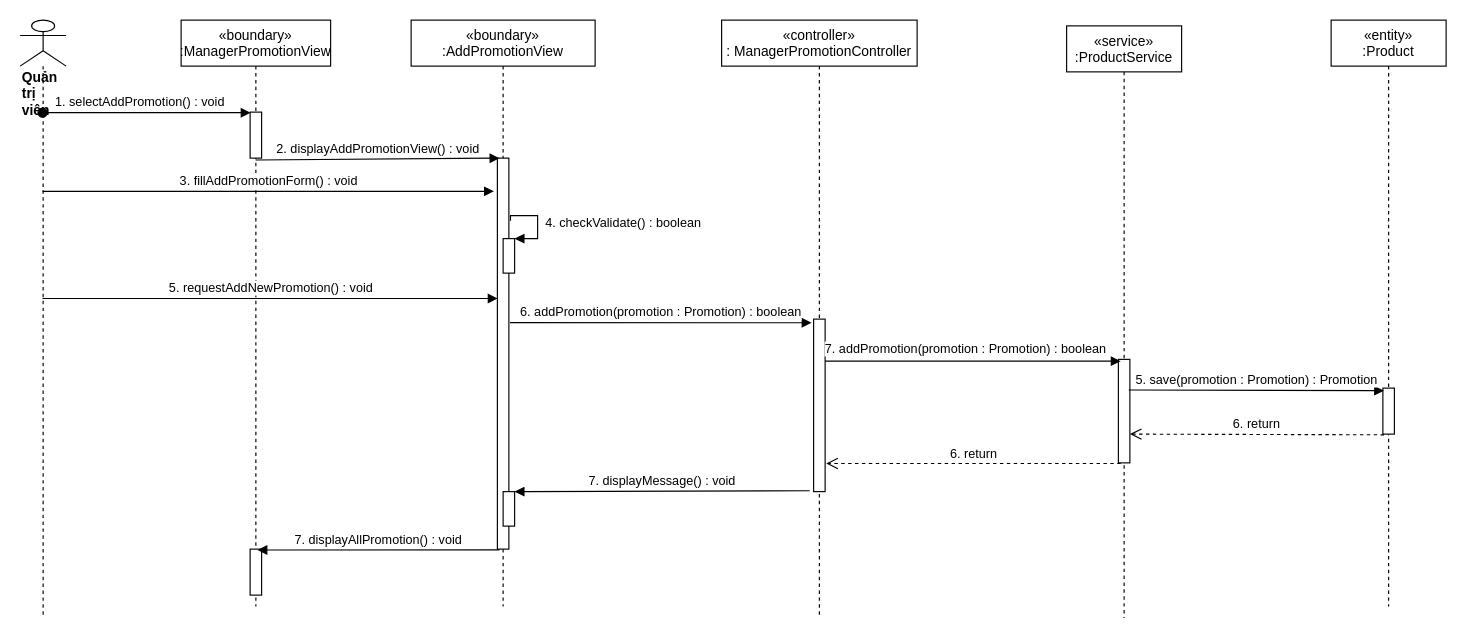
nguyenphamvan/datn_20202 keeps this draw.io diagram as sequence diagram/add-newPromotion-sequence.drawio. Above is the earlier version. Source tidied: cells renumbered, new cells numbered last; positions are measured from the earlier drawing's top-left corner, leaving out a move shared by most shapes. Both pictures are drawn from the tidied source at 115%, with x=0, y=0 at pixel (20, 20).
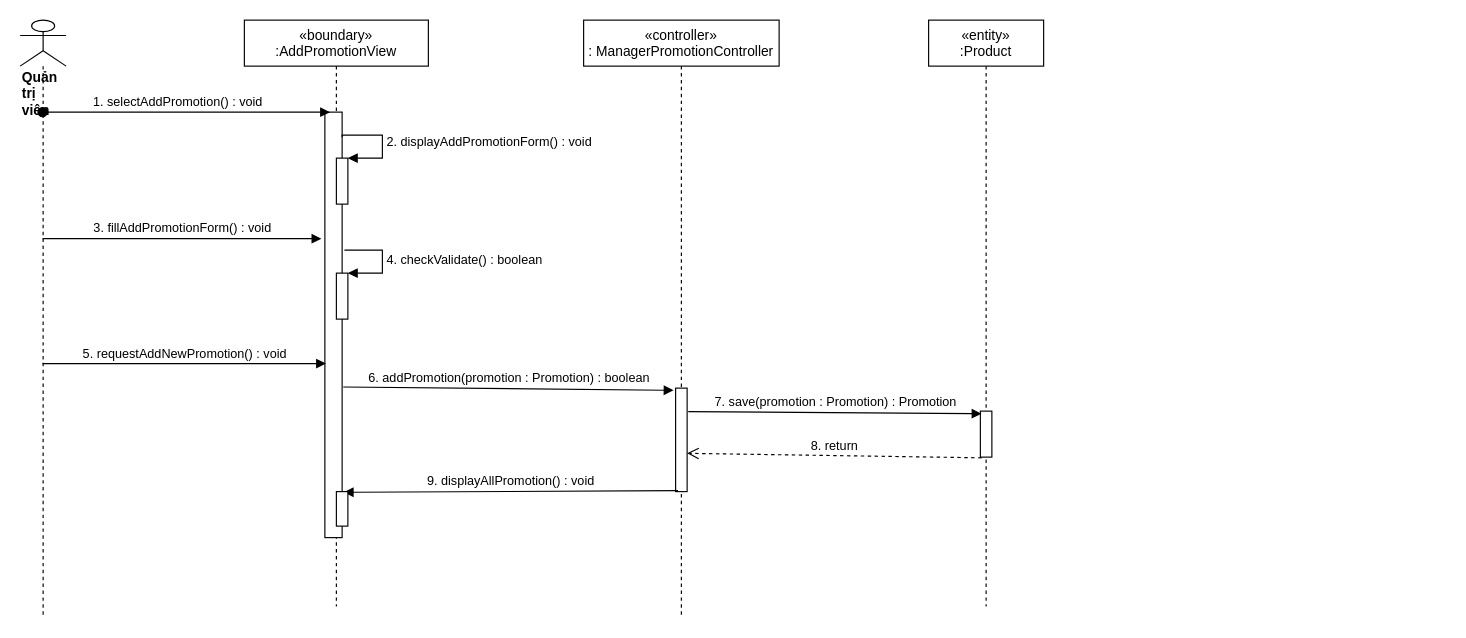
After the change.

The change refers to these unchanged cells:
```xml
<mxCell id="6" value="&lt;div&gt;&lt;b&gt;Quản trị viên&lt;/b&gt;&lt;/div&gt;" style="shape=umlLifeline;participant=umlActor;perimeter=lifelinePerimeter;whiteSpace=wrap;html=1;verticalAlign=top;spacingTop=36;outlineConnect=0;align=left;size=40;" parent="1" vertex="1">
  <mxGeometry width="40" height="520" as="geometry" />
</mxCell>
```

What changed in the source:
```diff
@@
     <mxCell id="2" value="«boundary»&#10;:AddPromotionView" style="shape=umlLifeline;perimeter=lifelinePerimeter;rounded=0;shadow=0;strokeWidth=1;" parent="1" vertex="1">
-      <mxGeometry x="340" width="160" height="510" as="geometry" />
+      <mxGeometry x="195" width="160" height="510" as="geometry" />
     </mxCell>
     <mxCell id="3" style="points=[];perimeter=orthogonalPerimeter;rounded=0;shadow=0;strokeWidth=1;" parent="2" vertex="1">
-      <mxGeometry x="75" y="120" width="10" height="340" as="geometry" />
+      <mxGeometry x="70" y="80" width="15" height="370" as="geometry" />
     </mxCell>
     <mxCell id="4" value="«controller»&#10;: ManagerPromotionController" style="shape=umlLifeline;perimeter=lifelinePerimeter;rounded=0;shadow=0;strokeWidth=1;" parent="1" vertex="1">
-      <mxGeometry x="610" width="170" height="520" as="geometry" />
+      <mxGeometry x="490" width="170" height="520" as="geometry" />
     </mxCell>
     <mxCell id="5" style="points=[];perimeter=orthogonalPerimeter;rounded=0;shadow=0;strokeWidth=1;" parent="4" vertex="1">
-      <mxGeometry x="80" y="260" width="10" height="150" as="geometry" />
+      <mxGeometry x="80" y="320" width="10" height="90" as="geometry" />
     </mxCell>
@@
-    <mxCell id="7" value="1. selectAddPromotion() : void" style="verticalAlign=bottom;startArrow=oval;endArrow=block;startSize=8;shadow=0;strokeWidth=1;entryX=0.04;entryY=0.012;entryDx=0;entryDy=0;entryPerimeter=0;" parent="1" edge="1" source="6" target="19">
+    <mxCell id="7" value="1. selectAddPromotion() : void" style="verticalAlign=bottom;startArrow=oval;endArrow=block;startSize=8;shadow=0;strokeWidth=1;entryX=0.3;entryY=0;entryDx=0;entryDy=0;entryPerimeter=0;" parent="1" edge="1" source="6" target="3">
       <mxGeometry x="-0.06" relative="1" as="geometry" />
     </mxCell>
-    <mxCell id="8" value="«service»&#10;:ProductService" style="shape=umlLifeline;perimeter=lifelinePerimeter;rounded=0;shadow=0;strokeWidth=1;" parent="1" vertex="1">
-      <mxGeometry x="910" y="5" width="100" height="515" as="geometry" />
-    </mxCell>
-    <mxCell id="9" style="points=[];perimeter=orthogonalPerimeter;rounded=0;shadow=0;strokeWidth=1;" parent="8" vertex="1">
-      <mxGeometry x="45" y="290" width="10" height="90" as="geometry" />
-    </mxCell>
-    <mxCell id="10" style="html=1;verticalAlign=bottom;endArrow=block;entryX=0.2;entryY=0.017;entryDx=0;entryDy=0;entryPerimeter=0;" parent="1" edge="1" source="5" target="9">
-      <mxGeometry relative="1" as="geometry" />
-    </mxCell>
-    <mxCell id="11" value="7. addPromotion(promotion : Promotion) : boolean" style="edgeLabel;html=1;align=center;verticalAlign=middle;" parent="10" vertex="1">
-      <mxGeometry x="-0.08" y="4" relative="1" as="geometry">
-        <mxPoint x="3" y="-7" as="offset" />
-      </mxGeometry>
-    </mxCell>
-    <mxCell id="12" value="6. return" style="html=1;verticalAlign=bottom;endArrow=open;dashed=1;endSize=8;exitX=0.2;exitY=1.006;exitDx=0;exitDy=0;exitPerimeter=0;entryX=1.1;entryY=0.837;entryDx=0;entryDy=0;entryPerimeter=0;" parent="1" edge="1" source="9" target="5">
-      <mxGeometry relative="1" as="geometry" />
-    </mxCell>
-    <mxCell id="13" value="7. displayMessage() : void" style="verticalAlign=bottom;endArrow=block;shadow=0;strokeWidth=1;exitX=-0.34;exitY=0.995;exitDx=0;exitDy=0;exitPerimeter=0;" parent="1" edge="1" source="5" target="27">
-      <mxGeometry relative="1" as="geometry" />
-    </mxCell>
     <mxCell id="14" value="«entity»&#10;:Product" style="shape=umlLifeline;perimeter=lifelinePerimeter;rounded=0;shadow=0;strokeWidth=1;" parent="1" vertex="1">
-      <mxGeometry x="1140" width="100" height="510" as="geometry" />
+      <mxGeometry x="790" width="100" height="510" as="geometry" />
     </mxCell>
     <mxCell id="15" style="points=[];perimeter=orthogonalPerimeter;rounded=0;shadow=0;strokeWidth=1;" parent="14" vertex="1">
-      <mxGeometry x="45" y="320" width="10" height="40" as="geometry" />
+      <mxGeometry x="45" y="340" width="10" height="40" as="geometry" />
     </mxCell>
-    <mxCell id="16" value="5. save(promotion : Promotion) : Promotion" style="html=1;verticalAlign=bottom;endArrow=block;entryX=0.1;entryY=0.055;entryDx=0;entryDy=0;entryPerimeter=0;exitX=0.9;exitY=0.296;exitDx=0;exitDy=0;exitPerimeter=0;" parent="1" edge="1" source="9" target="15">
+    <mxCell id="16" value="7. save(promotion : Promotion) : Promotion" style="html=1;verticalAlign=bottom;endArrow=block;entryX=0.1;entryY=0.055;entryDx=0;entryDy=0;entryPerimeter=0;exitX=1.1;exitY=0.227;exitDx=0;exitDy=0;exitPerimeter=0;" parent="1" edge="1" source="5" target="15">
       <mxGeometry relative="1" as="geometry" />
     </mxCell>
-    <mxCell id="17" value="6. return" style="html=1;verticalAlign=bottom;endArrow=open;dashed=1;endSize=8;exitX=0.1;exitY=1.015;exitDx=0;exitDy=0;exitPerimeter=0;" parent="1" edge="1" source="15">
-      <mxGeometry relative="1" as="geometry">
-        <mxPoint x="965" y="360" as="targetPoint" />
-      </mxGeometry>
+    <mxCell id="17" value="8. return" style="html=1;verticalAlign=bottom;endArrow=open;dashed=1;endSize=8;exitX=0.1;exitY=1.015;exitDx=0;exitDy=0;exitPerimeter=0;entryX=1;entryY=0.63;entryDx=0;entryDy=0;entryPerimeter=0;" parent="1" edge="1" source="15" target="5">
+      <mxGeometry relative="1" as="geometry" />
     </mxCell>
-    <mxCell id="18" value="«boundary»&#10;:ManagerPromotionView" style="shape=umlLifeline;perimeter=lifelinePerimeter;rounded=0;shadow=0;strokeWidth=1;" parent="1" vertex="1">
-      <mxGeometry x="140" width="130" height="510" as="geometry" />
-    </mxCell>
-    <mxCell id="19" style="points=[];perimeter=orthogonalPerimeter;rounded=0;shadow=0;strokeWidth=1;" parent="18" vertex="1">
-      <mxGeometry x="60" y="80" width="10" height="40" as="geometry" />
-    </mxCell>
-    <mxCell id="20" style="html=1;points=[];perimeter=orthogonalPerimeter;" parent="18" vertex="1">
-      <mxGeometry x="60" y="460" width="10" height="40" as="geometry" />
-    </mxCell>
-    <mxCell id="21" value="2. displayAddPromotionView() : void" style="html=1;verticalAlign=bottom;endArrow=block;entryX=0.18;entryY=0;entryDx=0;entryDy=0;entryPerimeter=0;exitX=0.48;exitY=1.04;exitDx=0;exitDy=0;exitPerimeter=0;" parent="1" edge="1" source="19" target="3">
-      <mxGeometry relative="1" as="geometry" />
-    </mxCell>
-    <mxCell id="22" value="3. fillAddPromotionForm() : void" style="html=1;verticalAlign=bottom;endArrow=block;entryX=-0.3;entryY=0.085;entryDx=0;entryDy=0;entryPerimeter=0;" parent="1" edge="1" source="6" target="3">
-      <mxGeometry relative="1" as="geometry" />
+    <mxCell id="22" value="3. fillAddPromotionForm() : void" style="html=1;verticalAlign=bottom;endArrow=block;" parent="1" edge="1" source="6">
+      <mxGeometry relative="1" as="geometry">
+        <mxPoint x="262" y="190" as="targetPoint" />
+      </mxGeometry>
     </mxCell>
-    <mxCell id="23" style="html=1;points=[];perimeter=orthogonalPerimeter;" parent="1" vertex="1">
-      <mxGeometry x="420" y="190" width="10" height="30" as="geometry" />
-    </mxCell>
-    <mxCell id="24" value="&amp;nbsp;4. checkValidate() : boolean" style="edgeStyle=orthogonalEdgeStyle;html=1;align=left;spacingLeft=2;endArrow=block;rounded=0;entryX=1;entryY=0;exitX=1.14;exitY=0.16;exitDx=0;exitDy=0;exitPerimeter=0;" parent="1" edge="1" source="3" target="23">
-      <mxGeometry relative="1" as="geometry">
-        <Array as="points">
-          <mxPoint x="450" y="170" />
-          <mxPoint x="450" y="190" />
-        </Array>
-      </mxGeometry>
-    </mxCell>
-    <mxCell id="25" value="5. requestAddNewPromotion() : void" style="html=1;verticalAlign=bottom;endArrow=block;entryX=0.02;entryY=0.359;entryDx=0;entryDy=0;entryPerimeter=0;" parent="1" edge="1" source="6" target="3">
+    <mxCell id="25" value="5. requestAddNewPromotion() : void" style="html=1;verticalAlign=bottom;endArrow=block;entryX=0.067;entryY=0.591;entryDx=0;entryDy=0;entryPerimeter=0;" parent="1" edge="1" source="6" target="3">
       <mxGeometry relative="1" as="geometry" />
     </mxCell>
-    <mxCell id="26" value="6. addPromotion(promotion : Promotion) : boolean" style="html=1;verticalAlign=bottom;endArrow=block;entryX=-0.18;entryY=0.021;entryDx=0;entryDy=0;entryPerimeter=0;" parent="1" edge="1" target="5">
-      <mxGeometry relative="1" as="geometry">
-        <mxPoint x="426" y="263" as="sourcePoint" />
-      </mxGeometry>
+    <mxCell id="26" value="6. addPromotion(promotion : Promotion) : boolean" style="html=1;verticalAlign=bottom;endArrow=block;entryX=-0.18;entryY=0.021;entryDx=0;entryDy=0;entryPerimeter=0;exitX=1.067;exitY=0.646;exitDx=0;exitDy=0;exitPerimeter=0;" parent="1" edge="1" source="3" target="5">
+      <mxGeometry relative="1" as="geometry" />
     </mxCell>
-    <mxCell id="27" style="html=1;points=[];perimeter=orthogonalPerimeter;" parent="1" vertex="1">
-      <mxGeometry x="420" y="410" width="10" height="30" as="geometry" />
-    </mxCell>
-    <mxCell id="28" value="7. displayAllPromotion() : void" style="verticalAlign=bottom;endArrow=block;shadow=0;strokeWidth=1;exitX=0.18;exitY=1.002;exitDx=0;exitDy=0;exitPerimeter=0;entryX=0.64;entryY=0.02;entryDx=0;entryDy=0;entryPerimeter=0;" parent="1" edge="1" source="3" target="20">
+    <mxCell id="28" value="9. displayAllPromotion() : void" style="verticalAlign=bottom;endArrow=block;shadow=0;strokeWidth=1;entryX=0.64;entryY=0.02;entryDx=0;entryDy=0;entryPerimeter=0;exitX=0.2;exitY=0.99;exitDx=0;exitDy=0;exitPerimeter=0;" parent="1" edge="1" source="5" target="32">
       <mxGeometry relative="1" as="geometry" />
     </mxCell>
+    <mxCell id="29" style="html=1;points=[];perimeter=orthogonalPerimeter;" parent="1" vertex="1">
+      <mxGeometry x="275" y="120" width="10" height="40" as="geometry" />
+    </mxCell>
+    <mxCell id="30" value="2. displayAddPromotionForm() : void" style="edgeStyle=orthogonalEdgeStyle;html=1;align=left;spacingLeft=2;endArrow=block;rounded=0;entryX=1;entryY=0;exitX=1;exitY=0.059;exitDx=0;exitDy=0;exitPerimeter=0;" parent="1" edge="1" source="3" target="29">
+      <mxGeometry relative="1" as="geometry">
+        <Array as="points">
+          <mxPoint x="315" y="100" />
+          <mxPoint x="315" y="120" />
+        </Array>
+      </mxGeometry>
+    </mxCell>
+    <mxCell id="31" style="html=1;points=[];perimeter=orthogonalPerimeter;" parent="1" vertex="1">
+      <mxGeometry x="275" y="220" width="10" height="40" as="geometry" />
+    </mxCell>
+    <mxCell id="24" value="4. checkValidate() : boolean" style="edgeStyle=orthogonalEdgeStyle;html=1;align=left;spacingLeft=2;endArrow=block;rounded=0;entryX=1;entryY=0;" parent="1" edge="1" target="31">
+      <mxGeometry relative="1" as="geometry">
+        <mxPoint x="282" y="200" as="sourcePoint" />
+        <Array as="points">
+          <mxPoint x="315" y="200" />
+          <mxPoint x="315" y="220" />
+        </Array>
+      </mxGeometry>
+    </mxCell>
+    <mxCell id="32" style="html=1;points=[];perimeter=orthogonalPerimeter;" parent="1" vertex="1">
+      <mxGeometry x="275" y="410" width="10" height="30" as="geometry" />
+    </mxCell>
```
